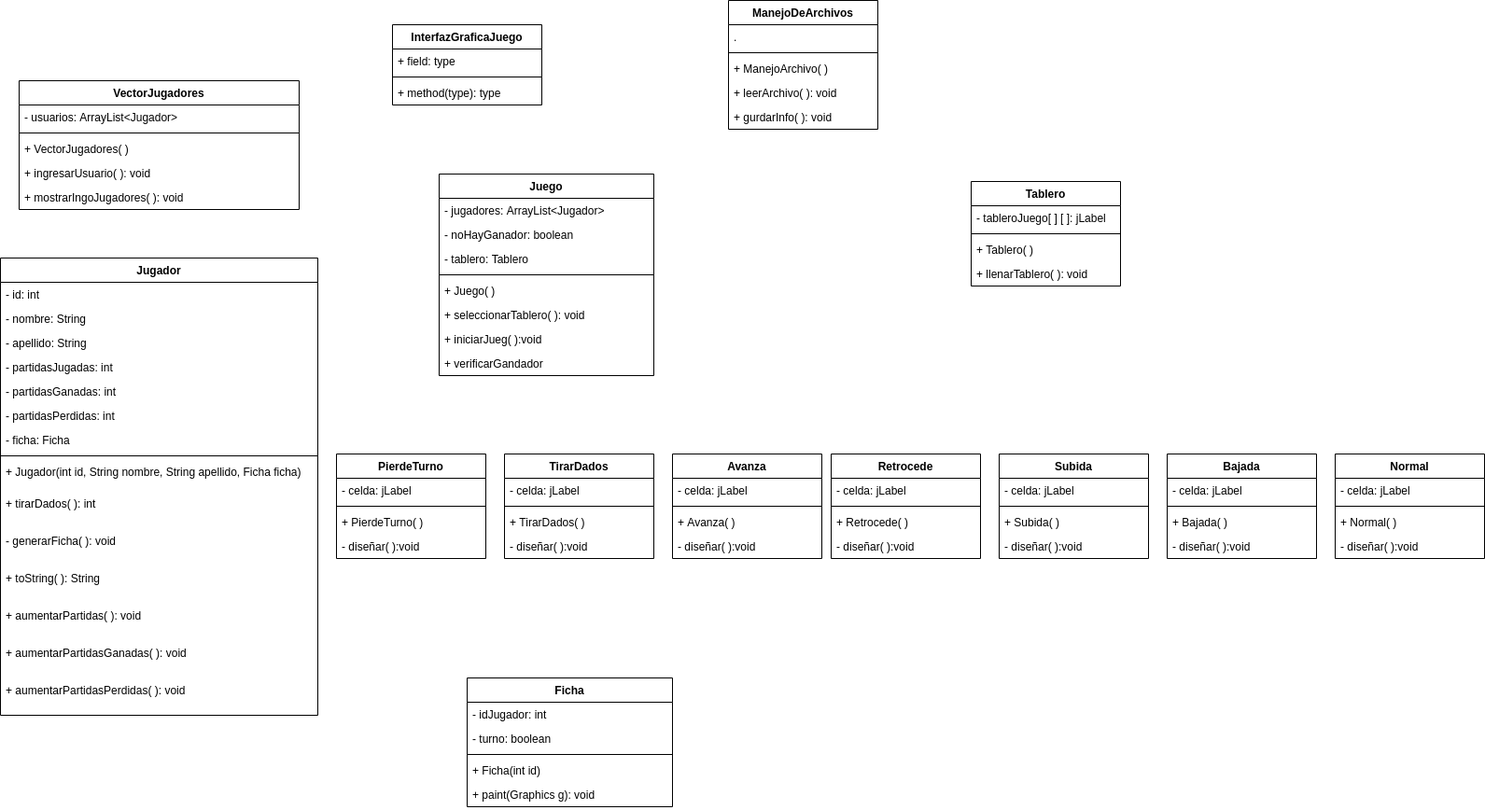
Above: Proyecto Final.png in Pabloluis10/Escaleras-y-Serpientes (draw.io), before the change. Source tidied: cells renumbered, new cells last; positions are measured from the earlier drawing's top-left corner, leaving out a move shared by most shapes.
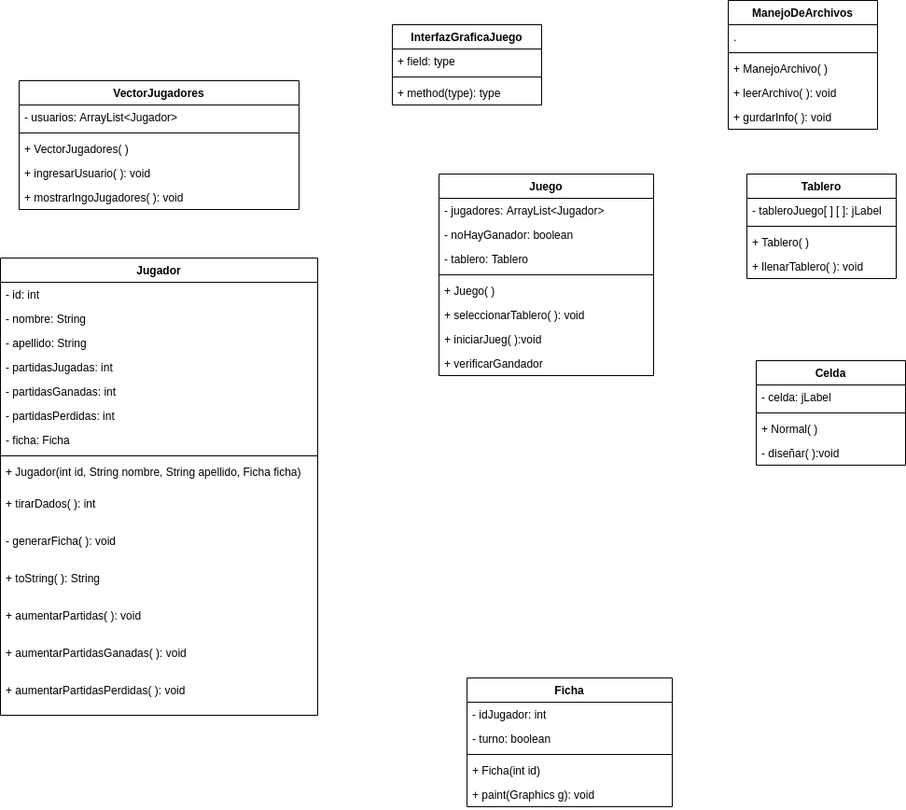
After the change.

Commit message:
agregue el package tablero y adentro cree la clase Celda

The edit, as a diff of the source:
```diff
@@ -69,7 +69,7 @@
       <mxGeometry y="112" width="220" height="26" as="geometry" />
     </mxCell>
     <mxCell id="24" value="Tablero" style="swimlane;fontStyle=1;align=center;verticalAlign=top;horizontal=1;startSize=26;" parent="1" vertex="1">
-      <mxGeometry x="1040" y="194" width="160" height="112" as="geometry" />
+      <mxGeometry x="800" y="186" width="160" height="112" as="geometry" />
     </mxCell>
     <mxCell id="25" value="- tableroJuego[ ] [ ]: jLabel " style="text;strokeColor=none;fillColor=none;align=left;verticalAlign=top;spacingLeft=4;spacingRight=4;overflow=hidden;" parent="24" vertex="1">
       <mxGeometry y="26" width="160" height="26" as="geometry" />
@@ -101,98 +101,8 @@
     <mxCell id="34" value="+ mostrarIngoJugadores( ): void" style="text;strokeColor=none;fillColor=none;align=left;verticalAlign=top;spacingLeft=4;spacingRight=4;overflow=hidden;" parent="29" vertex="1">
       <mxGeometry y="112" width="300" height="26" as="geometry" />
     </mxCell>
-    <mxCell id="35" value="PierdeTurno" style="swimlane;fontStyle=1;align=center;verticalAlign=top;horizontal=1;startSize=26;" parent="1" vertex="1">
-      <mxGeometry x="360" y="486" width="160" height="112" as="geometry" />
-    </mxCell>
-    <mxCell id="36" value="- celda: jLabel" style="text;strokeColor=none;fillColor=none;align=left;verticalAlign=top;spacingLeft=4;spacingRight=4;overflow=hidden;" parent="35" vertex="1">
-      <mxGeometry y="26" width="160" height="26" as="geometry" />
-    </mxCell>
-    <mxCell id="37" style="line;strokeWidth=1;fillColor=none;align=left;verticalAlign=middle;spacingTop=-1;spacingLeft=3;spacingRight=3;labelPosition=right;" parent="35" vertex="1">
-      <mxGeometry y="52" width="160" height="8" as="geometry" />
-    </mxCell>
-    <mxCell id="38" value="+ PierdeTurno( )" style="text;strokeColor=none;fillColor=none;align=left;verticalAlign=top;spacingLeft=4;spacingRight=4;overflow=hidden;" parent="35" vertex="1">
-      <mxGeometry y="60" width="160" height="26" as="geometry" />
-    </mxCell>
-    <mxCell id="39" value="- diseñar( ):void" style="text;strokeColor=none;fillColor=none;align=left;verticalAlign=top;spacingLeft=4;spacingRight=4;overflow=hidden;" parent="35" vertex="1">
-      <mxGeometry y="86" width="160" height="26" as="geometry" />
-    </mxCell>
-    <mxCell id="40" value="TirarDados" style="swimlane;fontStyle=1;align=center;verticalAlign=top;horizontal=1;startSize=26;" parent="1" vertex="1">
-      <mxGeometry x="540" y="486" width="160" height="112" as="geometry" />
-    </mxCell>
-    <mxCell id="41" value="- celda: jLabel" style="text;strokeColor=none;fillColor=none;align=left;verticalAlign=top;spacingLeft=4;spacingRight=4;overflow=hidden;" parent="40" vertex="1">
-      <mxGeometry y="26" width="160" height="26" as="geometry" />
-    </mxCell>
-    <mxCell id="42" style="line;strokeWidth=1;fillColor=none;align=left;verticalAlign=middle;spacingTop=-1;spacingLeft=3;spacingRight=3;labelPosition=right;" parent="40" vertex="1">
-      <mxGeometry y="52" width="160" height="8" as="geometry" />
-    </mxCell>
-    <mxCell id="43" value="+ TirarDados( )" style="text;strokeColor=none;fillColor=none;align=left;verticalAlign=top;spacingLeft=4;spacingRight=4;overflow=hidden;" parent="40" vertex="1">
-      <mxGeometry y="60" width="160" height="26" as="geometry" />
-    </mxCell>
-    <mxCell id="44" value="- diseñar( ):void" style="text;strokeColor=none;fillColor=none;align=left;verticalAlign=top;spacingLeft=4;spacingRight=4;overflow=hidden;" parent="40" vertex="1">
-      <mxGeometry y="86" width="160" height="26" as="geometry" />
-    </mxCell>
-    <mxCell id="45" value="Avanza" style="swimlane;fontStyle=1;align=center;verticalAlign=top;horizontal=1;startSize=26;" parent="1" vertex="1">
-      <mxGeometry x="720" y="486" width="160" height="112" as="geometry" />
-    </mxCell>
-    <mxCell id="46" value="- celda: jLabel" style="text;strokeColor=none;fillColor=none;align=left;verticalAlign=top;spacingLeft=4;spacingRight=4;overflow=hidden;" parent="45" vertex="1">
-      <mxGeometry y="26" width="160" height="26" as="geometry" />
-    </mxCell>
-    <mxCell id="47" style="line;strokeWidth=1;fillColor=none;align=left;verticalAlign=middle;spacingTop=-1;spacingLeft=3;spacingRight=3;labelPosition=right;" parent="45" vertex="1">
-      <mxGeometry y="52" width="160" height="8" as="geometry" />
-    </mxCell>
-    <mxCell id="48" value="+ Avanza( )" style="text;strokeColor=none;fillColor=none;align=left;verticalAlign=top;spacingLeft=4;spacingRight=4;overflow=hidden;" parent="45" vertex="1">
-      <mxGeometry y="60" width="160" height="26" as="geometry" />
-    </mxCell>
-    <mxCell id="49" value="- diseñar( ):void" style="text;strokeColor=none;fillColor=none;align=left;verticalAlign=top;spacingLeft=4;spacingRight=4;overflow=hidden;" parent="45" vertex="1">
-      <mxGeometry y="86" width="160" height="26" as="geometry" />
-    </mxCell>
-    <mxCell id="50" value="Retrocede" style="swimlane;fontStyle=1;align=center;verticalAlign=top;horizontal=1;startSize=26;" parent="1" vertex="1">
-      <mxGeometry x="890" y="486" width="160" height="112" as="geometry" />
-    </mxCell>
-    <mxCell id="51" value="- celda: jLabel" style="text;strokeColor=none;fillColor=none;align=left;verticalAlign=top;spacingLeft=4;spacingRight=4;overflow=hidden;" parent="50" vertex="1">
-      <mxGeometry y="26" width="160" height="26" as="geometry" />
-    </mxCell>
-    <mxCell id="52" style="line;strokeWidth=1;fillColor=none;align=left;verticalAlign=middle;spacingTop=-1;spacingLeft=3;spacingRight=3;labelPosition=right;" parent="50" vertex="1">
-      <mxGeometry y="52" width="160" height="8" as="geometry" />
-    </mxCell>
-    <mxCell id="53" value="+ Retrocede( )" style="text;strokeColor=none;fillColor=none;align=left;verticalAlign=top;spacingLeft=4;spacingRight=4;overflow=hidden;" parent="50" vertex="1">
-      <mxGeometry y="60" width="160" height="26" as="geometry" />
-    </mxCell>
-    <mxCell id="54" value="- diseñar( ):void" style="text;strokeColor=none;fillColor=none;align=left;verticalAlign=top;spacingLeft=4;spacingRight=4;overflow=hidden;" parent="50" vertex="1">
-      <mxGeometry y="86" width="160" height="26" as="geometry" />
-    </mxCell>
-    <mxCell id="55" value="Subida" style="swimlane;fontStyle=1;align=center;verticalAlign=top;horizontal=1;startSize=26;" parent="1" vertex="1">
-      <mxGeometry x="1070" y="486" width="160" height="112" as="geometry" />
-    </mxCell>
-    <mxCell id="56" value="- celda: jLabel" style="text;strokeColor=none;fillColor=none;align=left;verticalAlign=top;spacingLeft=4;spacingRight=4;overflow=hidden;" parent="55" vertex="1">
-      <mxGeometry y="26" width="160" height="26" as="geometry" />
-    </mxCell>
-    <mxCell id="57" style="line;strokeWidth=1;fillColor=none;align=left;verticalAlign=middle;spacingTop=-1;spacingLeft=3;spacingRight=3;labelPosition=right;" parent="55" vertex="1">
-      <mxGeometry y="52" width="160" height="8" as="geometry" />
-    </mxCell>
-    <mxCell id="58" value="+ Subida( )" style="text;strokeColor=none;fillColor=none;align=left;verticalAlign=top;spacingLeft=4;spacingRight=4;overflow=hidden;" parent="55" vertex="1">
-      <mxGeometry y="60" width="160" height="26" as="geometry" />
-    </mxCell>
-    <mxCell id="59" value="- diseñar( ):void" style="text;strokeColor=none;fillColor=none;align=left;verticalAlign=top;spacingLeft=4;spacingRight=4;overflow=hidden;" parent="55" vertex="1">
-      <mxGeometry y="86" width="160" height="26" as="geometry" />
-    </mxCell>
-    <mxCell id="60" value="Bajada" style="swimlane;fontStyle=1;align=center;verticalAlign=top;horizontal=1;startSize=26;" parent="1" vertex="1">
-      <mxGeometry x="1250" y="486" width="160" height="112" as="geometry" />
-    </mxCell>
-    <mxCell id="61" value="- celda: jLabel" style="text;strokeColor=none;fillColor=none;align=left;verticalAlign=top;spacingLeft=4;spacingRight=4;overflow=hidden;" parent="60" vertex="1">
-      <mxGeometry y="26" width="160" height="26" as="geometry" />
-    </mxCell>
-    <mxCell id="62" style="line;strokeWidth=1;fillColor=none;align=left;verticalAlign=middle;spacingTop=-1;spacingLeft=3;spacingRight=3;labelPosition=right;" parent="60" vertex="1">
-      <mxGeometry y="52" width="160" height="8" as="geometry" />
-    </mxCell>
-    <mxCell id="63" value="+ Bajada( )" style="text;strokeColor=none;fillColor=none;align=left;verticalAlign=top;spacingLeft=4;spacingRight=4;overflow=hidden;" parent="60" vertex="1">
-      <mxGeometry y="60" width="160" height="26" as="geometry" />
-    </mxCell>
-    <mxCell id="64" value="- diseñar( ):void" style="text;strokeColor=none;fillColor=none;align=left;verticalAlign=top;spacingLeft=4;spacingRight=4;overflow=hidden;" parent="60" vertex="1">
-      <mxGeometry y="86" width="160" height="26" as="geometry" />
-    </mxCell>
-    <mxCell id="65" value="Normal" style="swimlane;fontStyle=1;align=center;verticalAlign=top;horizontal=1;startSize=26;" parent="1" vertex="1">
-      <mxGeometry x="1430" y="486" width="160" height="112" as="geometry" />
+    <mxCell id="65" value="Celda" style="swimlane;fontStyle=1;align=center;verticalAlign=top;horizontal=1;startSize=26;" parent="1" vertex="1">
+      <mxGeometry x="810" y="386" width="160" height="112" as="geometry" />
     </mxCell>
     <mxCell id="66" value="- celda: jLabel" style="text;strokeColor=none;fillColor=none;align=left;verticalAlign=top;spacingLeft=4;spacingRight=4;overflow=hidden;" parent="65" vertex="1">
       <mxGeometry y="26" width="160" height="26" as="geometry" />
```
